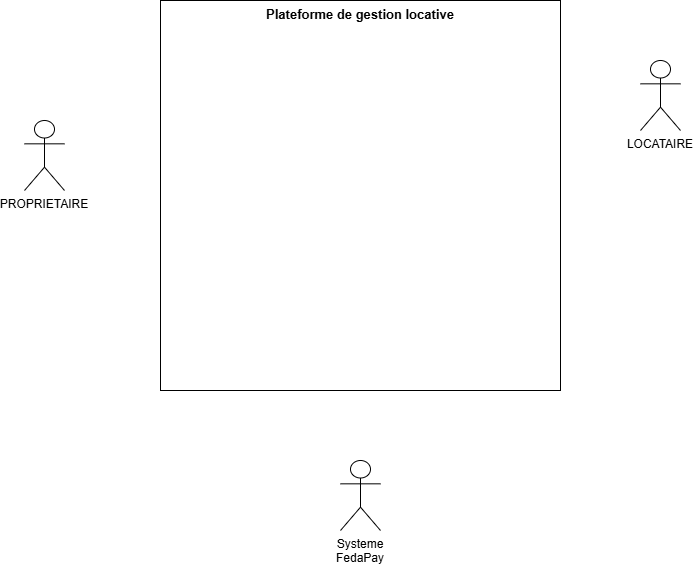
The draw.io diagram DIAGRAMME/Contexte.drawio.png in xavierGIT04/Soutenance, before a commit. Source tidied: cells renumbered, new cells last; positions are measured from the earlier drawing's top-left corner, leaving out a move shared by most shapes.
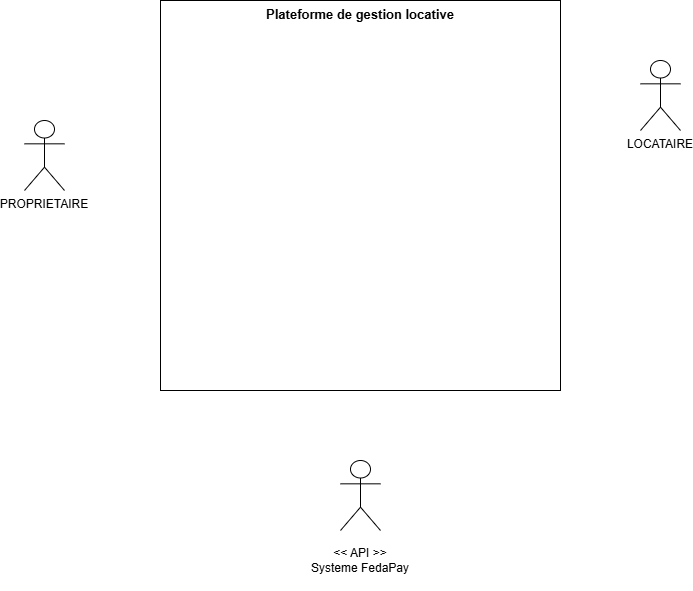
After the change.

Diff of the diagram source:
```diff
@@ -11,8 +11,11 @@
     <mxCell id="4" value="LOCATAIRE" style="shape=umlActor;whiteSpace=wrap;html=1;verticalLabelPosition=bottom;verticalAlign=top;fillColor=#ffffff;strokeColor=#000000;" parent="1" vertex="1">
       <mxGeometry x="616" y="60" width="40" height="70" as="geometry" />
     </mxCell>
-    <mxCell id="5" value="Systeme FedaPay" style="shape=umlActor;whiteSpace=wrap;html=1;verticalLabelPosition=bottom;verticalAlign=top;fillColor=#ffffff;strokeColor=#000000;" parent="1" vertex="1">
+    <mxCell id="5" style="shape=umlActor;whiteSpace=wrap;html=1;verticalLabelPosition=bottom;verticalAlign=top;fillColor=#ffffff;strokeColor=#000000;" parent="1" vertex="1">
       <mxGeometry x="316" y="460" width="40" height="70" as="geometry" />
     </mxCell>
+    <mxCell id="6" value="&amp;lt;&amp;lt; API &amp;gt;&amp;gt;&lt;div&gt;Systeme FedaPay&lt;/div&gt;" style="text;html=1;whiteSpace=wrap;strokeColor=none;fillColor=none;align=center;verticalAlign=middle;rounded=0;" parent="1" vertex="1">
+      <mxGeometry x="281" y="530" width="110" height="60" as="geometry" />
+    </mxCell>
   </root>
 </mxGraphModel>
```
